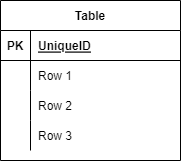
This is ER.dio.png from MISAKI0512/Restaurant_Reservation_Services, a draw.io export, as it was before one commit. Source tidied: cells renumbered, new cells last; positions are measured from the earlier drawing's top-left corner, leaving out a move shared by most shapes.
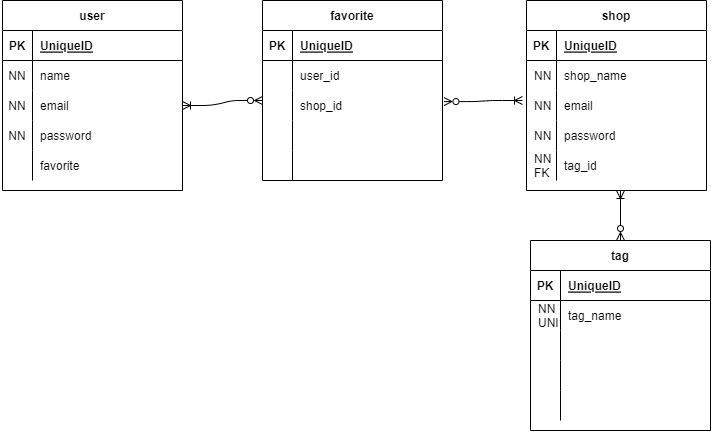
After the commit.

Diff of the diagram source:
```diff
@@ -2,8 +2,8 @@
   <root>
     <mxCell id="0" />
     <mxCell id="1" parent="0" />
-    <mxCell id="2" value="Table" style="shape=table;startSize=30;rowLines=0;fontStyle=1;align=center;" parent="1" vertex="1">
-      <mxGeometry width="180" height="160" as="geometry" />
+    <mxCell id="2" value="user" style="shape=table;startSize=30;rowLines=0;fontStyle=1;align=center;" parent="1" vertex="1">
+      <mxGeometry width="180" height="190" as="geometry" />
     </mxCell>
     <mxCell id="3" style="shape=partialRectangle;fillColor=none;top=0;left=0;bottom=1;right=0;" parent="2" vertex="1">
       <mxGeometry y="30" width="180" height="30" as="geometry" />
@@ -20,7 +20,7 @@
     <mxCell id="7" style="shape=partialRectangle;fillColor=none;top=0;left=0;bottom=0;right=0;overflow=hidden;" parent="6" vertex="1">
       <mxGeometry width="30" height="30" as="geometry" />
     </mxCell>
-    <mxCell id="8" value="Row 1" style="shape=partialRectangle;fillColor=none;top=0;left=0;bottom=0;right=0;align=left;spacingLeft=6;overflow=hidden;" parent="6" vertex="1">
+    <mxCell id="8" value="name" style="shape=partialRectangle;fillColor=none;top=0;left=0;bottom=0;right=0;align=left;spacingLeft=6;overflow=hidden;" parent="6" vertex="1">
       <mxGeometry x="30" width="150" height="30" as="geometry" />
     </mxCell>
     <mxCell id="9" style="shape=partialRectangle;fillColor=none;top=0;left=0;bottom=0;right=0;points=[[0,0.5],[1,0.5]];portConstraint=eastwest;" parent="2" vertex="1">
@@ -29,7 +29,7 @@
     <mxCell id="10" style="shape=partialRectangle;fillColor=none;top=0;left=0;bottom=0;right=0;overflow=hidden;" parent="9" vertex="1">
       <mxGeometry width="30" height="30" as="geometry" />
     </mxCell>
-    <mxCell id="11" value="Row 2" style="shape=partialRectangle;fillColor=none;top=0;left=0;bottom=0;right=0;align=left;spacingLeft=6;overflow=hidden;" parent="9" vertex="1">
+    <mxCell id="11" value="email" style="shape=partialRectangle;fillColor=none;top=0;left=0;bottom=0;right=0;align=left;spacingLeft=6;overflow=hidden;" parent="9" vertex="1">
       <mxGeometry x="30" width="150" height="30" as="geometry" />
     </mxCell>
     <mxCell id="12" style="shape=partialRectangle;fillColor=none;top=0;left=0;bottom=0;right=0;" parent="2" vertex="1">
@@ -38,8 +38,218 @@
     <mxCell id="13" style="shape=partialRectangle;fillColor=none;top=0;left=0;bottom=0;right=0;overflow=hidden;" parent="12" vertex="1">
       <mxGeometry width="30" height="30" as="geometry" />
     </mxCell>
-    <mxCell id="14" value="Row 3" style="shape=partialRectangle;fillColor=none;top=0;left=0;bottom=0;right=0;align=left;spacingLeft=6;overflow=hidden;" parent="12" vertex="1">
+    <mxCell id="14" value="password" style="shape=partialRectangle;fillColor=none;top=0;left=0;bottom=0;right=0;align=left;spacingLeft=6;overflow=hidden;" parent="12" vertex="1">
       <mxGeometry x="30" width="150" height="30" as="geometry" />
     </mxCell>
+    <mxCell id="15" style="shape=partialRectangle;fillColor=none;top=0;left=0;bottom=0;right=0;" parent="2" vertex="1">
+      <mxGeometry y="150" width="180" height="30" as="geometry" />
+    </mxCell>
+    <mxCell id="16" style="shape=partialRectangle;fillColor=none;top=0;left=0;bottom=0;right=0;overflow=hidden;" parent="15" vertex="1">
+      <mxGeometry width="30" height="30" as="geometry" />
+    </mxCell>
+    <mxCell id="17" value="favorite" style="shape=partialRectangle;fillColor=none;top=0;left=0;bottom=0;right=0;align=left;spacingLeft=6;overflow=hidden;" parent="15" vertex="1">
+      <mxGeometry x="30" width="150" height="30" as="geometry" />
+    </mxCell>
+    <mxCell id="18" style="shape=partialRectangle;fillColor=none;top=0;left=0;bottom=0;right=0;" parent="1" vertex="1">
+      <mxGeometry y="60" width="30" height="30" as="geometry" />
+    </mxCell>
+    <mxCell id="19" style="shape=partialRectangle;fillColor=none;top=0;left=0;bottom=0;right=0;overflow=hidden;" parent="18" vertex="1">
+      <mxGeometry width="5" height="30" as="geometry" />
+    </mxCell>
+    <mxCell id="20" value="NN" style="shape=partialRectangle;fillColor=none;top=0;left=0;bottom=0;right=0;align=left;spacingLeft=6;overflow=hidden;" parent="18" vertex="1">
+      <mxGeometry x="-1.7" width="31.7" height="30" as="geometry" />
+    </mxCell>
+    <mxCell id="21" value="NN" style="shape=partialRectangle;fillColor=none;top=0;left=0;bottom=0;right=0;align=left;spacingLeft=6;overflow=hidden;" parent="1" vertex="1">
+      <mxGeometry x="-1.7" y="90" width="31.7" height="30" as="geometry" />
+    </mxCell>
+    <mxCell id="22" value="NN" style="shape=partialRectangle;fillColor=none;top=0;left=0;bottom=0;right=0;align=left;spacingLeft=6;overflow=hidden;" parent="1" vertex="1">
+      <mxGeometry x="-1.7" y="120" width="31.7" height="30" as="geometry" />
+    </mxCell>
+    <mxCell id="23" value="shop" style="shape=table;startSize=30;rowLines=0;fontStyle=1;align=center;" parent="1" vertex="1">
+      <mxGeometry x="524" width="180" height="190" as="geometry" />
+    </mxCell>
+    <mxCell id="24" style="shape=partialRectangle;fillColor=none;top=0;left=0;bottom=1;right=0;" parent="23" vertex="1">
+      <mxGeometry y="30" width="180" height="30" as="geometry" />
+    </mxCell>
+    <mxCell id="25" value="PK" style="shape=partialRectangle;fillColor=none;top=0;left=0;bottom=0;right=0;fontStyle=1;overflow=hidden;" parent="24" vertex="1">
+      <mxGeometry width="30" height="30" as="geometry" />
+    </mxCell>
+    <mxCell id="26" value="UniqueID" style="shape=partialRectangle;fillColor=none;top=0;left=0;bottom=0;right=0;align=left;spacingLeft=6;fontStyle=5;overflow=hidden;" parent="24" vertex="1">
+      <mxGeometry x="30" width="150" height="30" as="geometry" />
+    </mxCell>
+    <mxCell id="27" style="shape=partialRectangle;fillColor=none;top=0;left=0;bottom=0;right=0;" parent="23" vertex="1">
+      <mxGeometry y="60" width="180" height="30" as="geometry" />
+    </mxCell>
+    <mxCell id="28" style="shape=partialRectangle;fillColor=none;top=0;left=0;bottom=0;right=0;overflow=hidden;" parent="27" vertex="1">
+      <mxGeometry width="30" height="30" as="geometry" />
+    </mxCell>
+    <mxCell id="29" value="shop_name" style="shape=partialRectangle;fillColor=none;top=0;left=0;bottom=0;right=0;align=left;spacingLeft=6;overflow=hidden;" parent="27" vertex="1">
+      <mxGeometry x="30" width="150" height="30" as="geometry" />
+    </mxCell>
+    <mxCell id="30" style="shape=partialRectangle;fillColor=none;top=0;left=0;bottom=0;right=0;" parent="23" vertex="1">
+      <mxGeometry y="90" width="180" height="30" as="geometry" />
+    </mxCell>
+    <mxCell id="31" style="shape=partialRectangle;fillColor=none;top=0;left=0;bottom=0;right=0;overflow=hidden;" parent="30" vertex="1">
+      <mxGeometry width="30" height="30" as="geometry" />
+    </mxCell>
+    <mxCell id="32" value="email" style="shape=partialRectangle;fillColor=none;top=0;left=0;bottom=0;right=0;align=left;spacingLeft=6;overflow=hidden;" parent="30" vertex="1">
+      <mxGeometry x="30" width="150" height="30" as="geometry" />
+    </mxCell>
+    <mxCell id="33" style="shape=partialRectangle;fillColor=none;top=0;left=0;bottom=0;right=0;" parent="23" vertex="1">
+      <mxGeometry y="120" width="180" height="30" as="geometry" />
+    </mxCell>
+    <mxCell id="34" style="shape=partialRectangle;fillColor=none;top=0;left=0;bottom=0;right=0;overflow=hidden;" parent="33" vertex="1">
+      <mxGeometry width="30" height="30" as="geometry" />
+    </mxCell>
+    <mxCell id="35" value="password" style="shape=partialRectangle;fillColor=none;top=0;left=0;bottom=0;right=0;align=left;spacingLeft=6;overflow=hidden;" parent="33" vertex="1">
+      <mxGeometry x="30" width="150" height="30" as="geometry" />
+    </mxCell>
+    <mxCell id="36" style="shape=partialRectangle;fillColor=none;top=0;left=0;bottom=0;right=0;" parent="23" vertex="1">
+      <mxGeometry y="150" width="180" height="30" as="geometry" />
+    </mxCell>
+    <mxCell id="37" style="shape=partialRectangle;fillColor=none;top=0;left=0;bottom=0;right=0;overflow=hidden;" parent="36" vertex="1">
+      <mxGeometry width="30" height="30" as="geometry" />
+    </mxCell>
+    <mxCell id="38" value="tag_id" style="shape=partialRectangle;fillColor=none;top=0;left=0;bottom=0;right=0;align=left;spacingLeft=6;overflow=hidden;" parent="36" vertex="1">
+      <mxGeometry x="30" width="150" height="30" as="geometry" />
+    </mxCell>
+    <mxCell id="39" style="shape=partialRectangle;fillColor=none;top=0;left=0;bottom=0;right=0;" parent="1" vertex="1">
+      <mxGeometry x="520" y="60" width="30" height="30" as="geometry" />
+    </mxCell>
+    <mxCell id="40" style="shape=partialRectangle;fillColor=none;top=0;left=0;bottom=0;right=0;overflow=hidden;" parent="39" vertex="1">
+      <mxGeometry width="5" height="30" as="geometry" />
+    </mxCell>
+    <mxCell id="41" value="NN" style="shape=partialRectangle;fillColor=none;top=0;left=0;bottom=0;right=0;align=left;spacingLeft=6;overflow=hidden;" parent="39" vertex="1">
+      <mxGeometry x="4" width="31.7" height="30" as="geometry" />
+    </mxCell>
+    <mxCell id="42" value="NN" style="shape=partialRectangle;fillColor=none;top=0;left=0;bottom=0;right=0;align=left;spacingLeft=6;overflow=hidden;" parent="1" vertex="1">
+      <mxGeometry x="524" y="90" width="31.7" height="30" as="geometry" />
+    </mxCell>
+    <mxCell id="43" value="NN" style="shape=partialRectangle;fillColor=none;top=0;left=0;bottom=0;right=0;align=left;spacingLeft=6;overflow=hidden;" parent="1" vertex="1">
+      <mxGeometry x="524" y="120" width="31.7" height="30" as="geometry" />
+    </mxCell>
+    <mxCell id="44" value="NN&#10;FK" style="shape=partialRectangle;fillColor=none;top=0;left=0;bottom=0;right=0;align=left;spacingLeft=6;overflow=hidden;" parent="1" vertex="1">
+      <mxGeometry x="524" y="150" width="31.7" height="30" as="geometry" />
+    </mxCell>
+    <mxCell id="45" value="tag" style="shape=table;startSize=30;rowLines=0;fontStyle=1;align=center;" parent="1" vertex="1">
+      <mxGeometry x="528" y="240" width="180" height="190" as="geometry" />
+    </mxCell>
+    <mxCell id="46" style="shape=partialRectangle;fillColor=none;top=0;left=0;bottom=1;right=0;" parent="45" vertex="1">
+      <mxGeometry y="30" width="180" height="30" as="geometry" />
+    </mxCell>
+    <mxCell id="47" value="PK" style="shape=partialRectangle;fillColor=none;top=0;left=0;bottom=0;right=0;fontStyle=1;overflow=hidden;" parent="46" vertex="1">
+      <mxGeometry width="30" height="30" as="geometry" />
+    </mxCell>
+    <mxCell id="48" value="UniqueID" style="shape=partialRectangle;fillColor=none;top=0;left=0;bottom=0;right=0;align=left;spacingLeft=6;fontStyle=5;overflow=hidden;" parent="46" vertex="1">
+      <mxGeometry x="30" width="150" height="30" as="geometry" />
+    </mxCell>
+    <mxCell id="49" style="shape=partialRectangle;fillColor=none;top=0;left=0;bottom=0;right=0;" parent="45" vertex="1">
+      <mxGeometry y="60" width="180" height="30" as="geometry" />
+    </mxCell>
+    <mxCell id="50" style="shape=partialRectangle;fillColor=none;top=0;left=0;bottom=0;right=0;overflow=hidden;" parent="49" vertex="1">
+      <mxGeometry width="30" height="30" as="geometry" />
+    </mxCell>
+    <mxCell id="51" value="tag_name" style="shape=partialRectangle;fillColor=none;top=0;left=0;bottom=0;right=0;align=left;spacingLeft=6;overflow=hidden;" parent="49" vertex="1">
+      <mxGeometry x="30" width="150" height="30" as="geometry" />
+    </mxCell>
+    <mxCell id="52" style="shape=partialRectangle;fillColor=none;top=0;left=0;bottom=0;right=0;" parent="45" vertex="1">
+      <mxGeometry y="90" width="180" height="30" as="geometry" />
+    </mxCell>
+    <mxCell id="53" style="shape=partialRectangle;fillColor=none;top=0;left=0;bottom=0;right=0;overflow=hidden;" parent="52" vertex="1">
+      <mxGeometry width="30" height="30" as="geometry" />
+    </mxCell>
+    <mxCell id="54" style="shape=partialRectangle;fillColor=none;top=0;left=0;bottom=0;right=0;align=left;spacingLeft=6;overflow=hidden;" parent="52" vertex="1">
+      <mxGeometry x="30" width="150" height="30" as="geometry" />
+    </mxCell>
+    <mxCell id="55" style="shape=partialRectangle;fillColor=none;top=0;left=0;bottom=0;right=0;" parent="45" vertex="1">
+      <mxGeometry y="120" width="180" height="30" as="geometry" />
+    </mxCell>
+    <mxCell id="56" style="shape=partialRectangle;fillColor=none;top=0;left=0;bottom=0;right=0;overflow=hidden;" parent="55" vertex="1">
+      <mxGeometry width="30" height="30" as="geometry" />
+    </mxCell>
+    <mxCell id="57" style="shape=partialRectangle;fillColor=none;top=0;left=0;bottom=0;right=0;align=left;spacingLeft=6;overflow=hidden;" parent="55" vertex="1">
+      <mxGeometry x="30" width="150" height="30" as="geometry" />
+    </mxCell>
+    <mxCell id="58" style="shape=partialRectangle;fillColor=none;top=0;left=0;bottom=0;right=0;" parent="45" vertex="1">
+      <mxGeometry y="150" width="180" height="30" as="geometry" />
+    </mxCell>
+    <mxCell id="59" style="shape=partialRectangle;fillColor=none;top=0;left=0;bottom=0;right=0;overflow=hidden;" parent="58" vertex="1">
+      <mxGeometry width="30" height="30" as="geometry" />
+    </mxCell>
+    <mxCell id="60" style="shape=partialRectangle;fillColor=none;top=0;left=0;bottom=0;right=0;align=left;spacingLeft=6;overflow=hidden;" parent="58" vertex="1">
+      <mxGeometry x="30" width="150" height="30" as="geometry" />
+    </mxCell>
+    <mxCell id="61" style="shape=partialRectangle;fillColor=none;top=0;left=0;bottom=0;right=0;" parent="1" vertex="1">
+      <mxGeometry x="524" y="300" width="30" height="30" as="geometry" />
+    </mxCell>
+    <mxCell id="62" style="shape=partialRectangle;fillColor=none;top=0;left=0;bottom=0;right=0;overflow=hidden;" parent="61" vertex="1">
+      <mxGeometry width="5" height="30" as="geometry" />
+    </mxCell>
+    <mxCell id="63" value="NN&#10;UNI" style="shape=partialRectangle;fillColor=none;top=0;left=0;bottom=0;right=0;align=left;spacingLeft=6;overflow=hidden;" parent="61" vertex="1">
+      <mxGeometry x="4" width="31.7" height="30" as="geometry" />
+    </mxCell>
+    <mxCell id="64" value="favorite" style="shape=table;startSize=30;rowLines=0;fontStyle=1;align=center;" parent="1" vertex="1">
+      <mxGeometry x="260" width="180" height="180" as="geometry" />
+    </mxCell>
+    <mxCell id="65" style="shape=partialRectangle;fillColor=none;top=0;left=0;bottom=1;right=0;" parent="64" vertex="1">
+      <mxGeometry y="30" width="180" height="30" as="geometry" />
+    </mxCell>
+    <mxCell id="66" value="PK" style="shape=partialRectangle;fillColor=none;top=0;left=0;bottom=0;right=0;fontStyle=1;overflow=hidden;" parent="65" vertex="1">
+      <mxGeometry width="30" height="30" as="geometry" />
+    </mxCell>
+    <mxCell id="67" value="UniqueID" style="shape=partialRectangle;fillColor=none;top=0;left=0;bottom=0;right=0;align=left;spacingLeft=6;fontStyle=5;overflow=hidden;" parent="65" vertex="1">
+      <mxGeometry x="30" width="150" height="30" as="geometry" />
+    </mxCell>
+    <mxCell id="68" style="shape=partialRectangle;fillColor=none;top=0;left=0;bottom=0;right=0;" parent="64" vertex="1">
+      <mxGeometry y="60" width="180" height="30" as="geometry" />
+    </mxCell>
+    <mxCell id="69" style="shape=partialRectangle;fillColor=none;top=0;left=0;bottom=0;right=0;overflow=hidden;" parent="68" vertex="1">
+      <mxGeometry width="30" height="30" as="geometry" />
+    </mxCell>
+    <mxCell id="70" value="user_id" style="shape=partialRectangle;fillColor=none;top=0;left=0;bottom=0;right=0;align=left;spacingLeft=6;overflow=hidden;" parent="68" vertex="1">
+      <mxGeometry x="30" width="150" height="30" as="geometry" />
+    </mxCell>
+    <mxCell id="71" style="shape=partialRectangle;fillColor=none;top=0;left=0;bottom=0;right=0;points=[[0,0.5],[1,0.5]];portConstraint=eastwest;" parent="64" vertex="1">
+      <mxGeometry y="90" width="180" height="30" as="geometry" />
+    </mxCell>
+    <mxCell id="72" style="shape=partialRectangle;fillColor=none;top=0;left=0;bottom=0;right=0;overflow=hidden;" parent="71" vertex="1">
+      <mxGeometry width="30" height="30" as="geometry" />
+    </mxCell>
+    <mxCell id="73" value="shop_id" style="shape=partialRectangle;fillColor=none;top=0;left=0;bottom=0;right=0;align=left;spacingLeft=6;overflow=hidden;" parent="71" vertex="1">
+      <mxGeometry x="30" width="150" height="30" as="geometry" />
+    </mxCell>
+    <mxCell id="74" style="shape=partialRectangle;fillColor=none;top=0;left=0;bottom=0;right=0;" parent="64" vertex="1">
+      <mxGeometry y="120" width="180" height="30" as="geometry" />
+    </mxCell>
+    <mxCell id="75" style="shape=partialRectangle;fillColor=none;top=0;left=0;bottom=0;right=0;overflow=hidden;" parent="74" vertex="1">
+      <mxGeometry width="30" height="30" as="geometry" />
+    </mxCell>
+    <mxCell id="76" style="shape=partialRectangle;fillColor=none;top=0;left=0;bottom=0;right=0;align=left;spacingLeft=6;overflow=hidden;" parent="74" vertex="1">
+      <mxGeometry x="30" width="150" height="30" as="geometry" />
+    </mxCell>
+    <mxCell id="77" style="shape=partialRectangle;fillColor=none;top=0;left=0;bottom=0;right=0;" parent="64" vertex="1">
+      <mxGeometry y="150" width="180" height="30" as="geometry" />
+    </mxCell>
+    <mxCell id="78" style="shape=partialRectangle;fillColor=none;top=0;left=0;bottom=0;right=0;overflow=hidden;" parent="77" vertex="1">
+      <mxGeometry width="30" height="30" as="geometry" />
+    </mxCell>
+    <mxCell id="79" style="shape=partialRectangle;fillColor=none;top=0;left=0;bottom=0;right=0;align=left;spacingLeft=6;overflow=hidden;" parent="77" vertex="1">
+      <mxGeometry x="30" width="150" height="30" as="geometry" />
+    </mxCell>
+    <mxCell id="80" style="edgeStyle=entityRelationEdgeStyle;fontSize=12;html=1;endArrow=ERzeroToMany;endFill=0;exitX=1;exitY=0.5;exitDx=0;exitDy=0;startArrow=ERoneToMany;startFill=0;" parent="1" edge="1" source="9">
+      <mxGeometry relative="1" as="geometry">
+        <mxPoint x="260" y="100" as="targetPoint" />
+      </mxGeometry>
+    </mxCell>
+    <mxCell id="81" style="edgeStyle=entityRelationEdgeStyle;fontSize=12;html=1;endArrow=ERoneToMany;endFill=0;exitX=1.008;exitY=0.369;exitDx=0;exitDy=0;startArrow=ERzeroToMany;startFill=0;exitPerimeter=0;" parent="1" edge="1" source="71">
+      <mxGeometry relative="1" as="geometry">
+        <mxPoint x="520" y="100" as="targetPoint" />
+      </mxGeometry>
+    </mxCell>
+    <mxCell id="82" style="endArrow=ERoneToMany;html=1;exitX=0.5;exitY=0;exitDx=0;exitDy=0;startArrow=ERzeroToMany;startFill=0;endFill=0;" parent="1" edge="1" source="45">
+      <mxGeometry relative="1" as="geometry">
+        <mxPoint x="618" y="190" as="targetPoint" />
+      </mxGeometry>
+    </mxCell>
   </root>
 </mxGraphModel>
```
